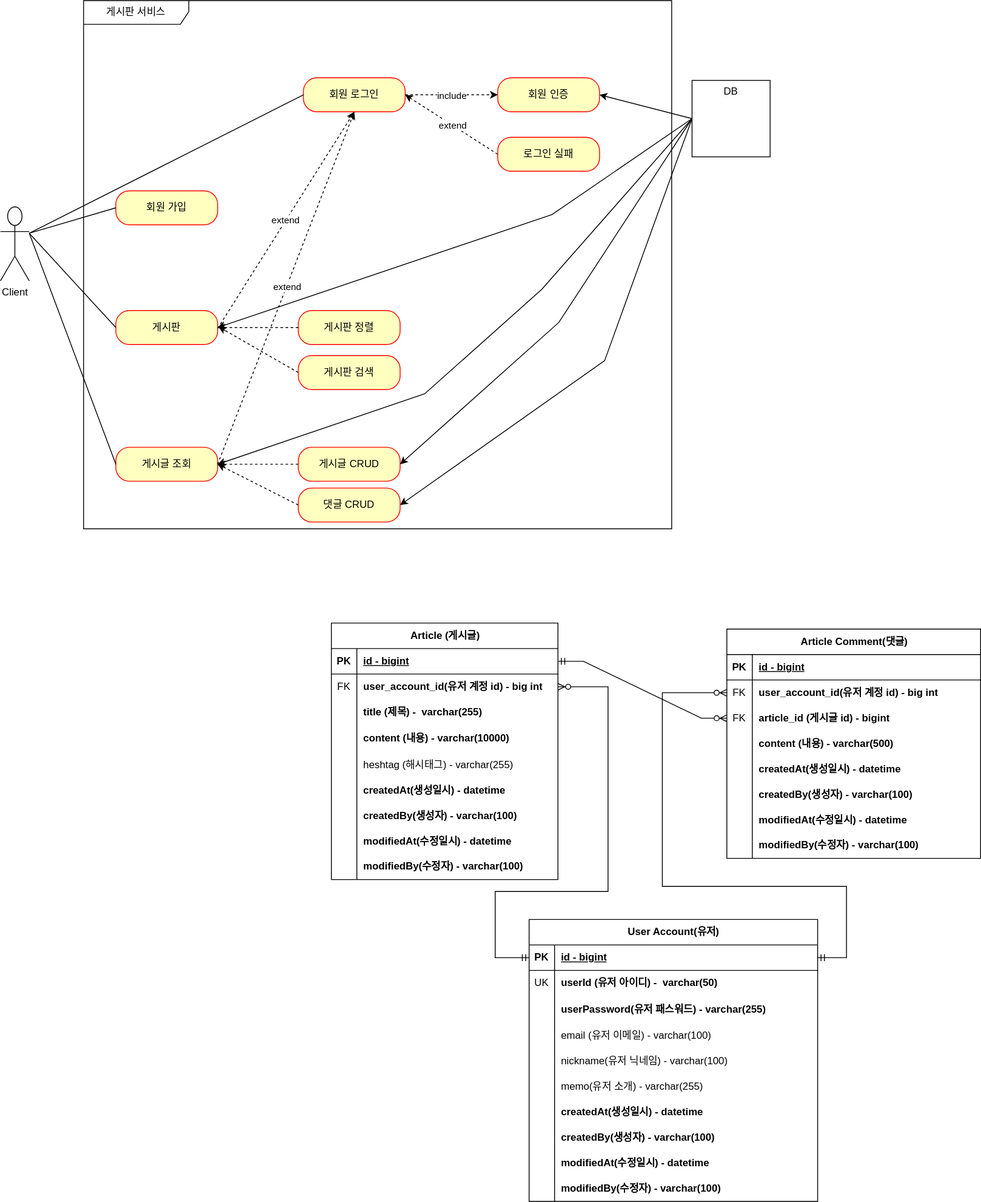
Above: document/use-case.svg in illson97/100SOO (draw.io), before the change. Source tidied: cells renumbered, new cells last; positions are measured from the earlier drawing's top-left corner, leaving out a move shared by most shapes.
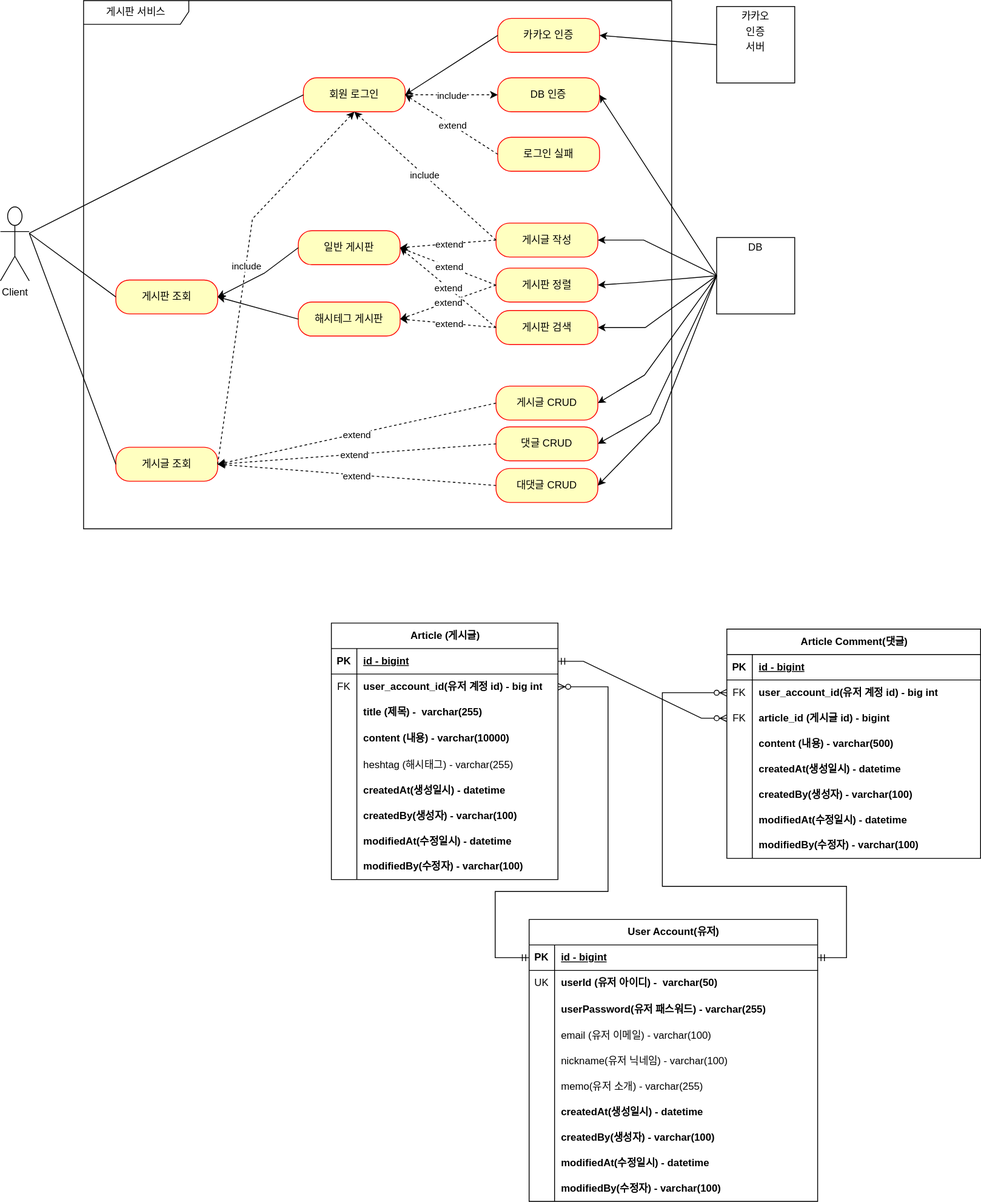
The same file after the commit.

Commit message:
#26 - use-case 업데이트

The edit, as a diff of the source:
```diff
@@ -8,41 +8,33 @@
     <mxCell id="3" value="게시판 서비스" style="shape=umlFrame;whiteSpace=wrap;html=1;width=124;height=28;" parent="1" vertex="1">
       <mxGeometry x="98" width="693" height="622" as="geometry" />
     </mxCell>
-    <mxCell id="4" value="회원 가입" style="rounded=1;whiteSpace=wrap;html=1;arcSize=40;fontColor=#000000;fillColor=#ffffc0;strokeColor=#ff0000;" parent="1" vertex="1">
-      <mxGeometry x="136" y="224" width="120" height="40" as="geometry" />
-    </mxCell>
     <mxCell id="5" value="게시글 조회" style="rounded=1;whiteSpace=wrap;html=1;arcSize=40;fontColor=#000000;fillColor=#ffffc0;strokeColor=#ff0000;" parent="1" vertex="1">
       <mxGeometry x="136" y="526" width="120" height="40" as="geometry" />
     </mxCell>
-    <mxCell id="6" value="게시판" style="rounded=1;whiteSpace=wrap;html=1;arcSize=40;fontColor=#000000;fillColor=#ffffc0;strokeColor=#ff0000;" parent="1" vertex="1">
-      <mxGeometry x="136" y="365" width="120" height="40" as="geometry" />
+    <mxCell id="6" value="게시판 조회" style="rounded=1;whiteSpace=wrap;html=1;arcSize=40;fontColor=#000000;fillColor=#ffffc0;strokeColor=#ff0000;" parent="1" vertex="1">
+      <mxGeometry x="136" y="329" width="120" height="40" as="geometry" />
     </mxCell>
     <mxCell id="7" value="회원 로그인" style="rounded=1;whiteSpace=wrap;html=1;arcSize=40;fontColor=#000000;fillColor=#ffffc0;strokeColor=#ff0000;" parent="1" vertex="1">
       <mxGeometry x="357" y="91" width="120" height="40" as="geometry" />
     </mxCell>
-    <mxCell id="8" value="회원 인증" style="rounded=1;whiteSpace=wrap;html=1;arcSize=40;fontColor=#000000;fillColor=#ffffc0;strokeColor=#ff0000;" parent="1" vertex="1">
+    <mxCell id="8" value="DB 인증" style="rounded=1;whiteSpace=wrap;html=1;arcSize=40;fontColor=#000000;fillColor=#ffffc0;strokeColor=#ff0000;" parent="1" vertex="1">
       <mxGeometry x="586" y="91" width="120" height="40" as="geometry" />
     </mxCell>
-    <mxCell id="9" value="게시판 정렬" style="rounded=1;whiteSpace=wrap;html=1;arcSize=40;fontColor=#000000;fillColor=#ffffc0;strokeColor=#ff0000;" parent="1" vertex="1">
-      <mxGeometry x="351" y="365" width="120" height="40" as="geometry" />
+    <mxCell id="9" value="게시글 작성" style="rounded=1;whiteSpace=wrap;html=1;arcSize=40;fontColor=#000000;fillColor=#ffffc0;strokeColor=#ff0000;" parent="1" vertex="1">
+      <mxGeometry x="584" y="262" width="120" height="40" as="geometry" />
     </mxCell>
-    <mxCell id="10" value="게시판 검색" style="rounded=1;whiteSpace=wrap;html=1;arcSize=40;fontColor=#000000;fillColor=#ffffc0;strokeColor=#ff0000;" parent="1" vertex="1">
-      <mxGeometry x="351" y="418" width="120" height="40" as="geometry" />
+    <mxCell id="10" value="게시판 정렬" style="rounded=1;whiteSpace=wrap;html=1;arcSize=40;fontColor=#000000;fillColor=#ffffc0;strokeColor=#ff0000;" parent="1" vertex="1">
+      <mxGeometry x="584" y="315" width="120" height="40" as="geometry" />
     </mxCell>
     <mxCell id="11" value="게시글 CRUD" style="rounded=1;whiteSpace=wrap;html=1;arcSize=40;fontColor=#000000;fillColor=#ffffc0;strokeColor=#ff0000;" parent="1" vertex="1">
-      <mxGeometry x="351" y="526" width="120" height="40" as="geometry" />
+      <mxGeometry x="584" y="454" width="120" height="40" as="geometry" />
     </mxCell>
     <mxCell id="12" value="댓글 CRUD" style="rounded=1;whiteSpace=wrap;html=1;arcSize=40;fontColor=#000000;fillColor=#ffffc0;strokeColor=#ff0000;" parent="1" vertex="1">
-      <mxGeometry x="351" y="574" width="120" height="40" as="geometry" />
+      <mxGeometry x="584" y="502" width="120" height="40" as="geometry" />
     </mxCell>
     <mxCell id="13" value="로그인 실패" style="rounded=1;whiteSpace=wrap;html=1;arcSize=40;fontColor=#000000;fillColor=#ffffc0;strokeColor=#ff0000;" parent="1" vertex="1">
       <mxGeometry x="586" y="161" width="120" height="40" as="geometry" />
     </mxCell>
-    <mxCell id="14" style="endArrow=none;html=1;rounded=0;entryX=0;entryY=0.5;entryDx=0;entryDy=0;" parent="1" edge="1" target="4">
-      <mxGeometry relative="1" as="geometry">
-        <mxPoint x="34" y="274" as="sourcePoint" />
-      </mxGeometry>
-    </mxCell>
     <mxCell id="15" style="endArrow=none;html=1;rounded=0;entryX=0;entryY=0.5;entryDx=0;entryDy=0;" parent="1" edge="1" target="7">
       <mxGeometry relative="1" as="geometry">
         <mxPoint x="34" y="274" as="sourcePoint" />
@@ -75,63 +67,56 @@
     <mxCell id="22" value="extend" style="edgeLabel;html=1;align=center;verticalAlign=middle;" parent="21" vertex="1">
       <mxGeometry x="-0.01" relative="1" as="geometry" />
     </mxCell>
-    <mxCell id="23" style="endArrow=classic;html=1;rounded=0;entryX=0.5;entryY=1;entryDx=0;entryDy=0;dashed=1;endFill=1;" parent="1" edge="1" target="7">
-      <mxGeometry relative="1" as="geometry">
-        <mxPoint x="256" y="386" as="sourcePoint" />
-      </mxGeometry>
-    </mxCell>
-    <mxCell id="24" value="extend" style="edgeLabel;html=1;align=center;verticalAlign=middle;" parent="23" vertex="1">
-      <mxGeometry x="-0.01" y="1" relative="1" as="geometry" />
-    </mxCell>
-    <mxCell id="25" style="endArrow=classic;html=1;rounded=0;entryX=1;entryY=0.5;entryDx=0;entryDy=0;exitX=0;exitY=0.5;exitDx=0;exitDy=0;dashed=1;endFill=1;" parent="1" edge="1" source="9" target="6">
-      <mxGeometry relative="1" as="geometry" />
-    </mxCell>
     <mxCell id="26" style="endArrow=classic;html=1;rounded=0;entryX=0.5;entryY=1;entryDx=0;entryDy=0;dashed=1;endFill=1;exitX=1;exitY=0.5;exitDx=0;exitDy=0;" parent="1" edge="1" source="5" target="7">
-      <mxGeometry relative="1" as="geometry" />
+      <mxGeometry relative="1" as="geometry">
+        <Array as="points">
+          <mxPoint x="297" y="257" />
+        </Array>
+      </mxGeometry>
     </mxCell>
-    <mxCell id="27" value="extend" style="edgeLabel;html=1;align=center;verticalAlign=middle;" parent="26" vertex="1">
+    <mxCell id="27" value="include" style="edgeLabel;html=1;align=center;verticalAlign=middle;" parent="26" vertex="1">
       <mxGeometry x="0.01" relative="1" as="geometry" />
     </mxCell>
-    <mxCell id="28" style="endArrow=classic;html=1;rounded=0;exitX=0;exitY=0.5;exitDx=0;exitDy=0;dashed=1;endFill=1;" parent="1" edge="1" source="10">
-      <mxGeometry relative="1" as="geometry">
-        <mxPoint x="257" y="384" as="targetPoint" />
-      </mxGeometry>
-    </mxCell>
     <mxCell id="29" style="endArrow=classic;html=1;rounded=0;exitX=0;exitY=0.5;exitDx=0;exitDy=0;dashed=1;endFill=1;entryX=1;entryY=0.5;entryDx=0;entryDy=0;" parent="1" edge="1" source="11" target="5">
       <mxGeometry relative="1" as="geometry" />
     </mxCell>
+    <mxCell id="124" value="extend" style="edgeLabel;html=1;align=center;verticalAlign=middle;" parent="29" vertex="1">
+      <mxGeometry x="0.01" y="1" relative="1" as="geometry" />
+    </mxCell>
     <mxCell id="30" style="endArrow=classic;html=1;rounded=0;entryX=1;entryY=0.5;entryDx=0;entryDy=0;exitX=0;exitY=0.5;exitDx=0;exitDy=0;dashed=1;endFill=1;" parent="1" edge="1" source="12" target="5">
       <mxGeometry relative="1" as="geometry" />
     </mxCell>
+    <mxCell id="125" value="extend" style="edgeLabel;html=1;align=center;verticalAlign=middle;" parent="30" vertex="1">
+      <mxGeometry x="0.02" relative="1" as="geometry" />
+    </mxCell>
-    <mxCell id="31" value="&lt;p style=&quot;margin: 6px 0px 0px;&quot;&gt;DB&lt;/p&gt;" style="align=center;overflow=fill;html=1;whiteSpace=wrap;verticalAlign=bottom;" parent="1" vertex="1">
-      <mxGeometry x="815" y="94" width="92" height="90" as="geometry" />
+    <mxCell id="31" value="&lt;p style=&quot;margin: 6px 0px 0px; line-height: 100%;&quot;&gt;&lt;span style=&quot;background-color: initial;&quot;&gt;DB&lt;/span&gt;&lt;/p&gt;" style="align=center;overflow=fill;html=1;whiteSpace=wrap;verticalAlign=bottom;" parent="1" vertex="1">
+      <mxGeometry x="844" y="279" width="92" height="90" as="geometry" />
     </mxCell>
-    <mxCell id="32" style="endArrow=classic;html=1;rounded=0;entryX=1;entryY=0.5;entryDx=0;entryDy=0;exitX=0;exitY=0.5;exitDx=0;exitDy=0;" parent="1" edge="1" source="31" target="6">
+    <mxCell id="32" style="endArrow=classic;html=1;rounded=0;entryX=1;entryY=0.5;entryDx=0;entryDy=0;exitX=0;exitY=0.5;exitDx=0;exitDy=0;" parent="1" edge="1" source="31" target="9">
       <mxGeometry relative="1" as="geometry">
         <Array as="points">
-          <mxPoint x="650" y="252" />
+          <mxPoint x="758" y="282" />
         </Array>
       </mxGeometry>
     </mxCell>
-    <mxCell id="33" style="endArrow=classic;html=1;rounded=0;entryX=1;entryY=0.5;entryDx=0;entryDy=0;exitX=0;exitY=0.5;exitDx=0;exitDy=0;" parent="1" edge="1" source="31" target="5">
+    <mxCell id="33" style="endArrow=classic;html=1;rounded=0;entryX=1;entryY=0.5;entryDx=0;entryDy=0;exitX=0;exitY=0.5;exitDx=0;exitDy=0;" parent="1" edge="1" source="31" target="10">
       <mxGeometry relative="1" as="geometry">
         <Array as="points">
-          <mxPoint x="638" y="340" />
-          <mxPoint x="500" y="463" />
+          <mxPoint x="750" y="332" />
         </Array>
       </mxGeometry>
     </mxCell>
     <mxCell id="34" style="endArrow=classic;html=1;rounded=0;entryX=1;entryY=0.5;entryDx=0;entryDy=0;exitX=0;exitY=0.5;exitDx=0;exitDy=0;" parent="1" edge="1" source="31" target="11">
       <mxGeometry relative="1" as="geometry">
         <Array as="points">
-          <mxPoint x="658" y="379" />
+          <mxPoint x="759" y="441" />
         </Array>
       </mxGeometry>
     </mxCell>
     <mxCell id="35" style="endArrow=classic;html=1;rounded=0;entryX=1;entryY=0.5;entryDx=0;entryDy=0;exitX=0;exitY=0.5;exitDx=0;exitDy=0;" parent="1" edge="1" source="31" target="12">
       <mxGeometry relative="1" as="geometry">
         <Array as="points">
-          <mxPoint x="712" y="424" />
+          <mxPoint x="766" y="487" />
         </Array>
       </mxGeometry>
     </mxCell>
@@ -413,5 +398,95 @@
         </Array>
       </mxGeometry>
     </mxCell>
+    <mxCell id="126" value="게시판 검색" style="rounded=1;whiteSpace=wrap;html=1;arcSize=40;fontColor=#000000;fillColor=#ffffc0;strokeColor=#ff0000;" parent="1" vertex="1">
+      <mxGeometry x="584" y="365" width="120" height="40" as="geometry" />
+    </mxCell>
+    <mxCell id="127" value="해시테그 게시판" style="rounded=1;whiteSpace=wrap;html=1;arcSize=40;fontColor=#000000;fillColor=#ffffc0;strokeColor=#ff0000;" parent="1" vertex="1">
+      <mxGeometry x="351" y="355" width="120" height="40" as="geometry" />
+    </mxCell>
+    <mxCell id="128" value="일반 게시판" style="rounded=1;whiteSpace=wrap;html=1;arcSize=40;fontColor=#000000;fillColor=#ffffc0;strokeColor=#ff0000;" parent="1" vertex="1">
+      <mxGeometry x="351" y="271" width="120" height="40" as="geometry" />
+    </mxCell>
+    <mxCell id="129" style="endArrow=classic;html=1;rounded=0;exitX=0;exitY=0.5;exitDx=0;exitDy=0;entryX=1;entryY=0.5;entryDx=0;entryDy=0;endFill=1;dashed=1;" parent="1" edge="1" source="9" target="128">
+      <mxGeometry relative="1" as="geometry" />
+    </mxCell>
+    <mxCell id="130" value="extend" style="edgeLabel;html=1;align=center;verticalAlign=middle;" parent="129" vertex="1">
+      <mxGeometry x="-0.01" relative="1" as="geometry" />
+    </mxCell>
+    <mxCell id="131" style="endArrow=classic;html=1;rounded=0;exitX=0;exitY=0.5;exitDx=0;exitDy=0;entryX=1;entryY=0.5;entryDx=0;entryDy=0;endFill=1;dashed=1;" parent="1" edge="1" source="126" target="128">
+      <mxGeometry relative="1" as="geometry" />
+    </mxCell>
+    <mxCell id="132" value="extend" style="edgeLabel;html=1;align=center;verticalAlign=middle;" parent="131" vertex="1">
+      <mxGeometry x="-0.01" relative="1" as="geometry" />
+    </mxCell>
+    <mxCell id="133" style="endArrow=classic;html=1;rounded=0;exitX=0;exitY=0.5;exitDx=0;exitDy=0;entryX=1;entryY=0.5;entryDx=0;entryDy=0;endFill=1;dashed=1;" parent="1" edge="1" source="126" target="127">
+      <mxGeometry relative="1" as="geometry" />
+    </mxCell>
+    <mxCell id="134" value="extend" style="edgeLabel;html=1;align=center;verticalAlign=middle;" parent="133" vertex="1">
+      <mxGeometry x="-0.01" relative="1" as="geometry" />
+    </mxCell>
+    <mxCell id="135" style="endArrow=classic;html=1;rounded=0;exitX=0;exitY=0.5;exitDx=0;exitDy=0;entryX=1;entryY=0.5;entryDx=0;entryDy=0;endFill=1;dashed=1;" parent="1" edge="1" source="10" target="128">
+      <mxGeometry relative="1" as="geometry" />
+    </mxCell>
+    <mxCell id="136" value="extend" style="edgeLabel;html=1;align=center;verticalAlign=middle;" parent="135" vertex="1">
+      <mxGeometry x="-0.01" relative="1" as="geometry" />
+    </mxCell>
+    <mxCell id="137" style="endArrow=classic;html=1;rounded=0;exitX=0;exitY=0.5;exitDx=0;exitDy=0;entryX=1;entryY=0.5;entryDx=0;entryDy=0;endFill=1;dashed=1;" parent="1" edge="1" source="10" target="127">
+      <mxGeometry relative="1" as="geometry" />
+    </mxCell>
+    <mxCell id="138" value="extend" style="edgeLabel;html=1;align=center;verticalAlign=middle;" parent="137" vertex="1">
+      <mxGeometry x="-0.01" relative="1" as="geometry" />
+    </mxCell>
+    <mxCell id="139" style="endArrow=classic;html=1;rounded=0;exitX=0;exitY=0.5;exitDx=0;exitDy=0;entryX=1;entryY=0.5;entryDx=0;entryDy=0;" parent="1" edge="1" source="128" target="6">
+      <mxGeometry relative="1" as="geometry">
+        <Array as="points">
+          <mxPoint x="311" y="321" />
+        </Array>
+      </mxGeometry>
+    </mxCell>
+    <mxCell id="140" style="endArrow=classic;html=1;rounded=0;entryX=1;entryY=0.5;entryDx=0;entryDy=0;exitX=0;exitY=0.5;exitDx=0;exitDy=0;" parent="1" edge="1" source="127" target="6">
+      <mxGeometry relative="1" as="geometry" />
+    </mxCell>
+    <mxCell id="141" value="대댓글 CRUD" style="rounded=1;whiteSpace=wrap;html=1;arcSize=40;fontColor=#000000;fillColor=#ffffc0;strokeColor=#ff0000;" parent="1" vertex="1">
+      <mxGeometry x="584" y="551" width="120" height="40" as="geometry" />
+    </mxCell>
+    <mxCell id="142" style="endArrow=classic;html=1;rounded=0;entryX=1;entryY=0.5;entryDx=0;entryDy=0;exitX=0;exitY=0.5;exitDx=0;exitDy=0;" parent="1" edge="1" source="31" target="141">
+      <mxGeometry relative="1" as="geometry">
+        <Array as="points">
+          <mxPoint x="776" y="497" />
+        </Array>
+      </mxGeometry>
+    </mxCell>
+    <mxCell id="143" style="endArrow=classic;html=1;rounded=0;entryX=1;entryY=0.5;entryDx=0;entryDy=0;exitX=0;exitY=0.5;exitDx=0;exitDy=0;dashed=1;endFill=1;" parent="1" edge="1" source="141" target="5">
+      <mxGeometry relative="1" as="geometry" />
+    </mxCell>
+    <mxCell id="144" value="extend" style="edgeLabel;html=1;align=center;verticalAlign=middle;" parent="143" vertex="1">
+      <mxGeometry x="0.01" y="1" relative="1" as="geometry" />
+    </mxCell>
+    <mxCell id="145" style="endArrow=classic;html=1;rounded=0;entryX=1;entryY=0.5;entryDx=0;entryDy=0;exitX=0;exitY=0.5;exitDx=0;exitDy=0;" parent="1" edge="1" source="31" target="126">
+      <mxGeometry relative="1" as="geometry">
+        <Array as="points">
+          <mxPoint x="760" y="385" />
+        </Array>
+      </mxGeometry>
+    </mxCell>
+    <mxCell id="146" style="endArrow=classic;html=1;rounded=0;entryX=0.5;entryY=1;entryDx=0;entryDy=0;dashed=1;endFill=1;exitX=0;exitY=0.5;exitDx=0;exitDy=0;" parent="1" edge="1" source="9" target="7">
+      <mxGeometry relative="1" as="geometry" />
+    </mxCell>
+    <mxCell id="147" value="include" style="edgeLabel;html=1;align=center;verticalAlign=middle;" parent="146" vertex="1">
+      <mxGeometry x="0.01" relative="1" as="geometry" />
+    </mxCell>
+    <mxCell id="148" value="&lt;p style=&quot;margin: 6px 0px 0px; line-height: 100%;&quot;&gt;카카오&lt;/p&gt;&lt;p style=&quot;margin: 6px 0px 0px; line-height: 100%;&quot;&gt;인증&lt;/p&gt;&lt;p style=&quot;margin: 6px 0px 0px; line-height: 100%;&quot;&gt;서버&lt;/p&gt;" style="align=center;overflow=fill;html=1;whiteSpace=wrap;verticalAlign=bottom;" parent="1" vertex="1">
+      <mxGeometry x="844" y="7" width="92" height="90" as="geometry" />
+    </mxCell>
+    <mxCell id="149" value="카카오 인증" style="rounded=1;whiteSpace=wrap;html=1;arcSize=40;fontColor=#000000;fillColor=#ffffc0;strokeColor=#ff0000;" parent="1" vertex="1">
+      <mxGeometry x="586" y="21" width="120" height="40" as="geometry" />
+    </mxCell>
+    <mxCell id="150" style="endArrow=classic;html=1;rounded=0;entryX=1;entryY=0.5;entryDx=0;entryDy=0;exitX=0;exitY=0.5;exitDx=0;exitDy=0;" parent="1" edge="1" source="148" target="149">
+      <mxGeometry relative="1" as="geometry" />
+    </mxCell>
+    <mxCell id="151" style="endArrow=classic;html=1;rounded=0;entryX=1;entryY=0.5;entryDx=0;entryDy=0;exitX=0;exitY=0.5;exitDx=0;exitDy=0;" parent="1" edge="1" source="149" target="7">
+      <mxGeometry relative="1" as="geometry" />
+    </mxCell>
   </root>
 </mxGraphModel>
```
